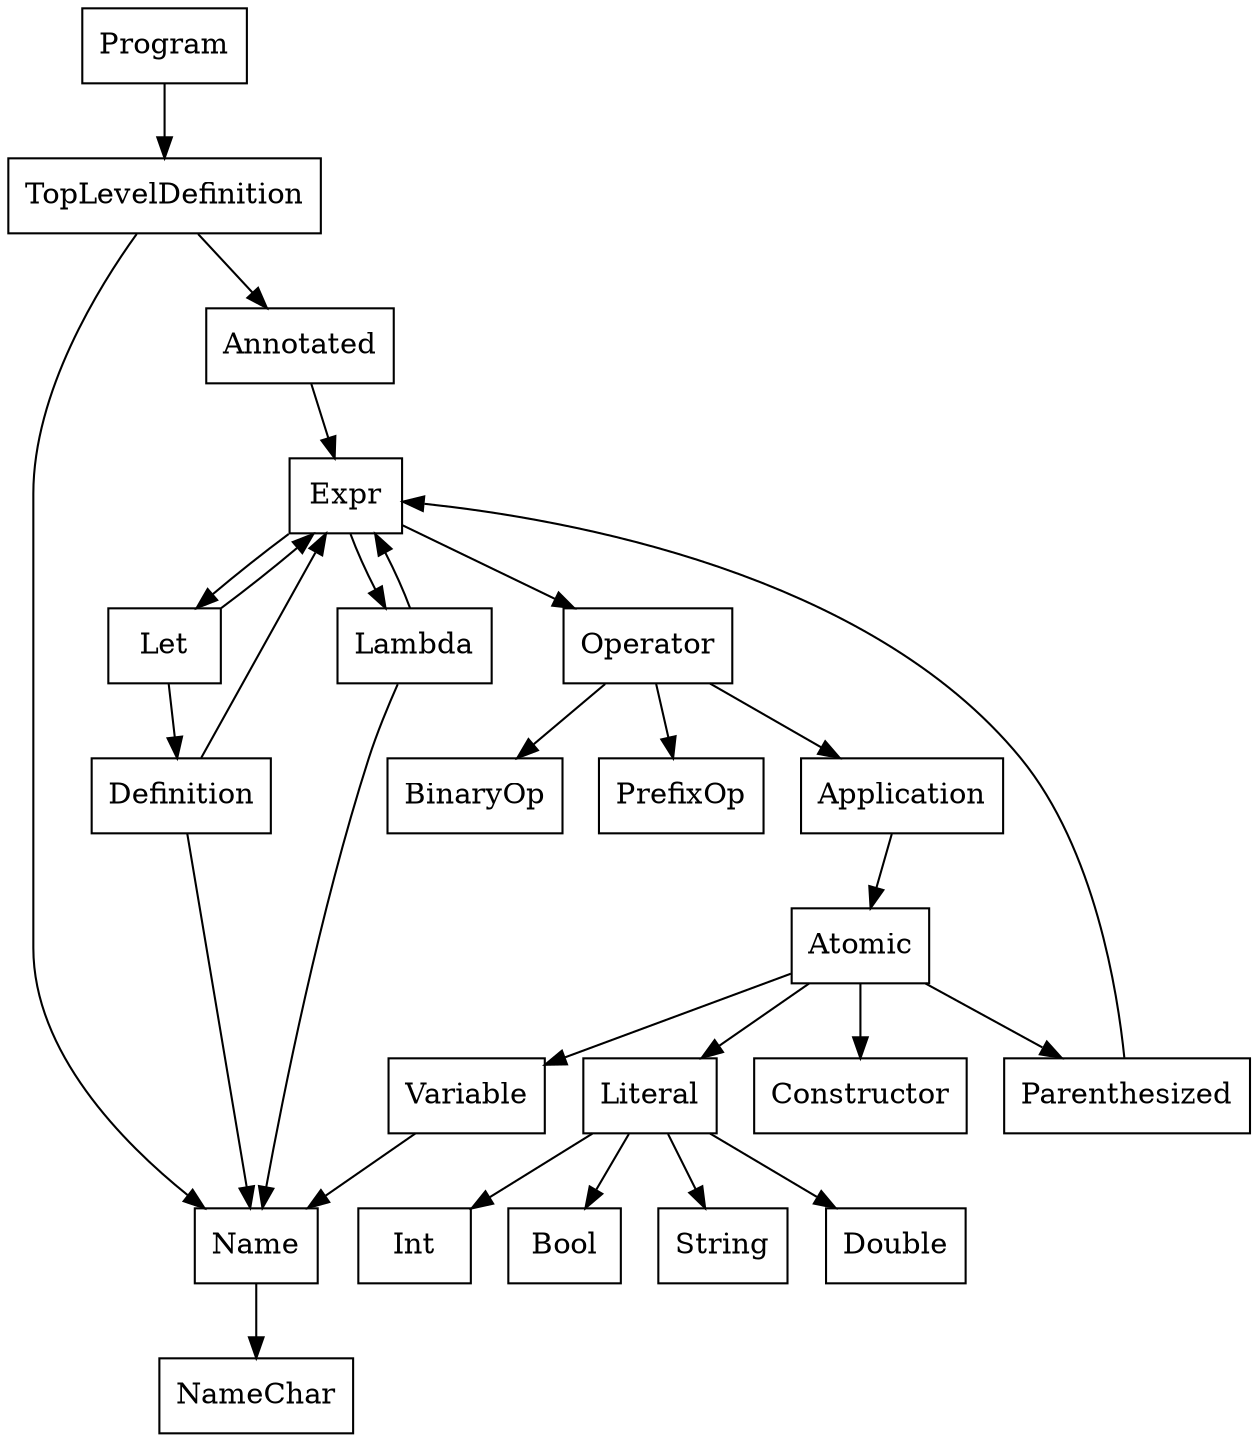
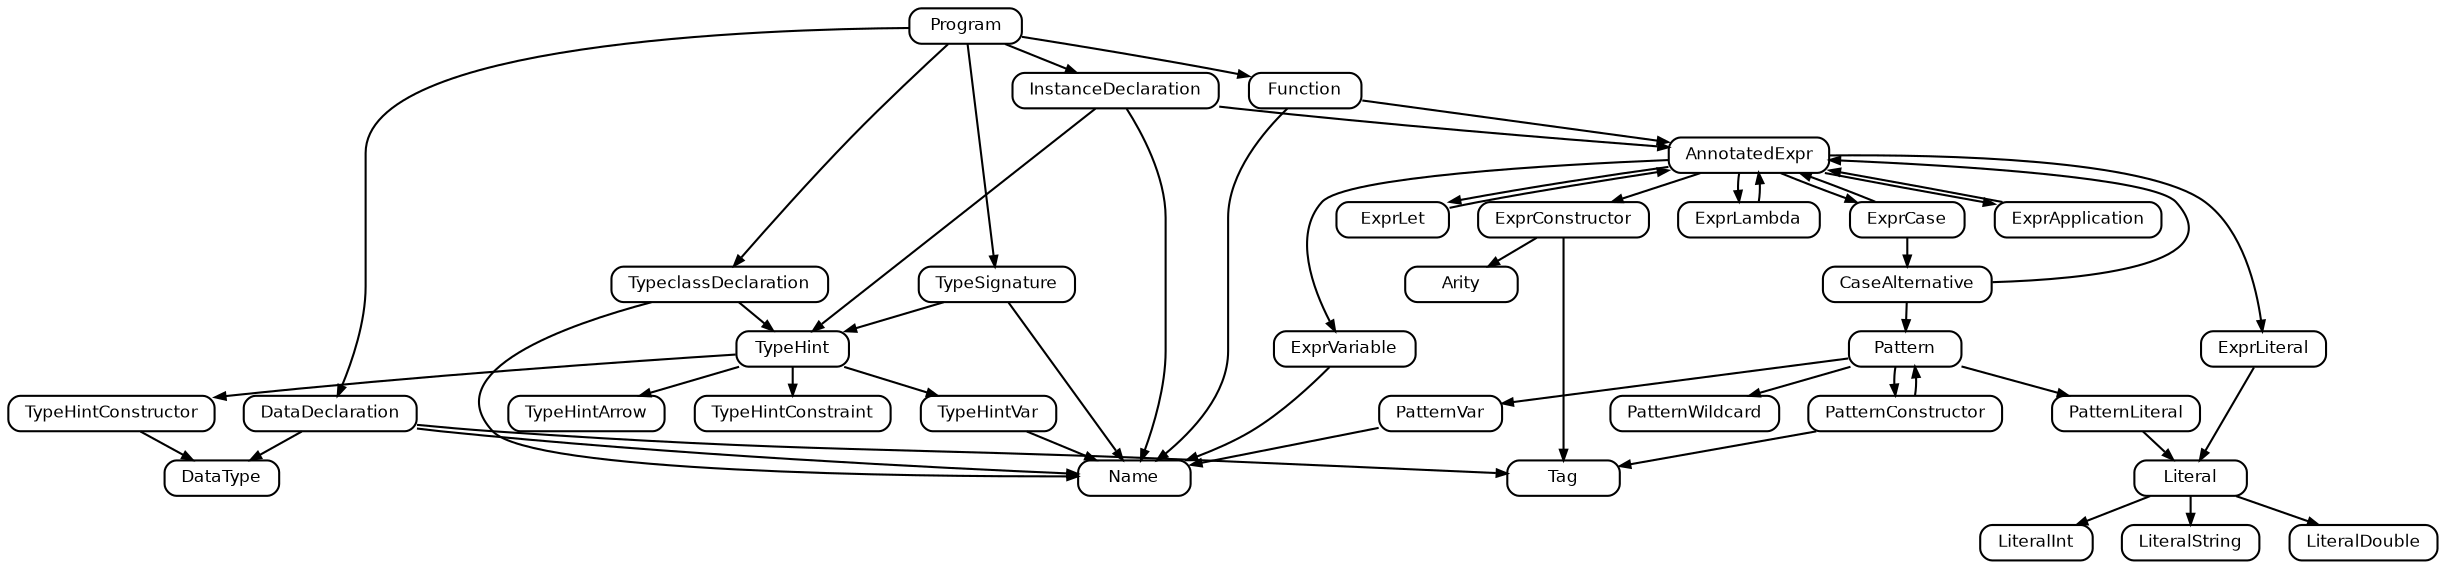
digraph G {
-   node [shape=box]
+   rankdir=TB
+   margin=0
+   nodesep=0.2
+   ranksep=0.2
+   node [shape=box, style=rounded, fontname=Helvetica, fontsize=8, height=0.2]
+   edge [arrowsize=0.5]

-   Program -> TopLevelDefinition
+   Program -> {Function, DataDeclaration, TypeSignature, TypeclassDeclaration, InstanceDeclaration}

-   TopLevelDefinition -> Name
-   TopLevelDefinition -> Annotated
+   Function -> {Name, AnnotatedExpr}
+   DataDeclaration -> {DataType, Name, Tag}
+   TypeSignature -> {Name, TypeHint}
+   TypeclassDeclaration -> {Name, TypeHint}
+   InstanceDeclaration -> {Name, TypeHint, AnnotatedExpr}

-   Annotated -> Expr
+   AnnotatedExpr -> {ExprVariable, ExprLiteral, ExprConstructor, ExprApplication, ExprLet, ExprLambda, ExprCase}
+   ExprVariable -> Name
+   ExprConstructor -> {Tag, Arity}
+   ExprApplication -> AnnotatedExpr
+   ExprLet -> AnnotatedExpr
+   ExprLambda -> AnnotatedExpr

-   Expr -> Let
-   Expr -> Lambda
-   Expr -> Operator
+   ExprCase -> {CaseAlternative, AnnotatedExpr}
+   CaseAlternative -> {Pattern, AnnotatedExpr}

-   Operator -> BinaryOp
-   Operator -> PrefixOp
-   Operator -> Application
+   Pattern -> {PatternVar, PatternWildcard, PatternLiteral, PatternConstructor}
+   PatternVar -> Name
+   PatternLiteral -> Literal
+   PatternConstructor -> Tag
+   PatternConstructor -> Pattern

-   Literal -> Int
-   Literal -> Bool
-   Literal -> String
-   Literal -> Double
+   ExprLiteral -> Literal
+   Literal -> {LiteralInt, LiteralString, LiteralDouble}

-   Let -> Definition
-   Let -> Expr
- 
-   Definition -> Name
-   Definition -> Expr
- 
-   Lambda -> Name
-   Lambda -> Expr
- 
-   Application -> Atomic
- 
-   Atomic -> Variable
-   Atomic -> Literal
-   Atomic -> Constructor
-   Atomic -> Parenthesized
- 
-   Variable -> Name
- 
-   Parenthesized -> Expr
- 
-   Name -> NameChar
+   TypeHint -> {TypeHintVar, TypeHintConstructor, TypeHintArrow, TypeHintConstraint}
+   TypeHintVar -> Name
+   TypeHintConstructor -> DataType
}
